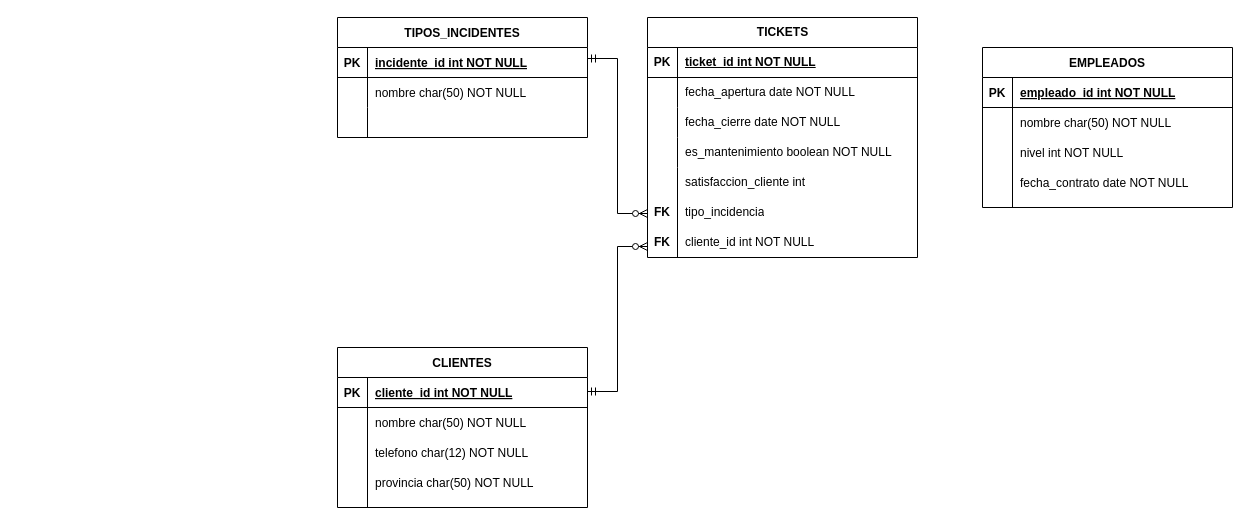
alprezz/Practica1_SI keeps this draw.io diagram as Diseño_BBDD_EJ2.drawio. Above is the earlier version. Source tidied: cells renumbered, new cells numbered last; positions are measured from the earlier drawing's top-left corner, leaving out a move shared by most shapes. Both pictures are drawn from the tidied source at 100%, with x=0, y=0 at pixel (332, 17).
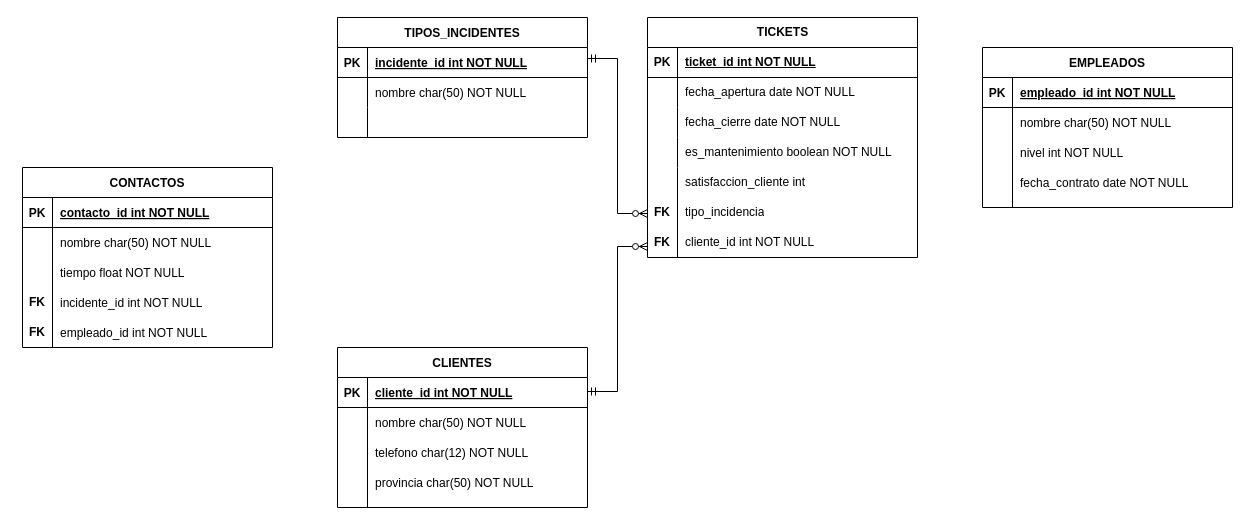
After the change.

What changed in the source:
```diff
@@
+    <mxCell id="59" value="CONTACTOS" style="shape=table;startSize=30;childLayout=tableLayout;rowLines=0;fontStyle=1;align=center;" parent="1" vertex="1">
+      <mxGeometry x="-310" y="150" width="250" height="180" as="geometry" />
+    </mxCell>
+    <mxCell id="60" style="shape=partialRectangle;fillColor=none;top=0;left=0;right=0;bottom=1;" parent="59" vertex="1">
+      <mxGeometry y="30" width="250" height="30" as="geometry" />
+    </mxCell>
+    <mxCell id="61" value="PK" style="shape=partialRectangle;overflow=hidden;fillColor=none;top=0;left=0;bottom=0;right=0;fontStyle=1;" parent="60" vertex="1">
+      <mxGeometry width="30" height="30" as="geometry" />
+    </mxCell>
+    <mxCell id="62" value="contacto_id int NOT NULL" style="shape=partialRectangle;overflow=hidden;fillColor=none;top=0;left=0;bottom=0;right=0;align=left;spacingLeft=6;fontStyle=5;" parent="60" vertex="1">
+      <mxGeometry x="30" width="220" height="30" as="geometry" />
+    </mxCell>
+    <mxCell id="63" style="shape=partialRectangle;fillColor=none;top=0;left=0;right=0;bottom=0;" parent="59" vertex="1">
+      <mxGeometry y="60" width="250" height="30" as="geometry" />
+    </mxCell>
+    <mxCell id="64" style="shape=partialRectangle;overflow=hidden;fillColor=none;top=0;left=0;bottom=0;right=0;" parent="63" vertex="1">
+      <mxGeometry width="30" height="30" as="geometry" />
+    </mxCell>
+    <mxCell id="65" value="nombre char(50) NOT NULL" style="shape=partialRectangle;overflow=hidden;fillColor=none;top=0;left=0;bottom=0;right=0;align=left;spacingLeft=6;" parent="63" vertex="1">
+      <mxGeometry x="30" width="220" height="30" as="geometry" />
+    </mxCell>
+    <mxCell id="66" style="shape=partialRectangle;fillColor=none;top=0;left=0;right=0;bottom=0;" parent="59" vertex="1">
+      <mxGeometry y="90" width="250" height="30" as="geometry" />
+    </mxCell>
+    <mxCell id="67" style="shape=partialRectangle;overflow=hidden;fillColor=none;top=0;left=0;bottom=0;right=0;" parent="66" vertex="1">
+      <mxGeometry width="30" height="30" as="geometry" />
+    </mxCell>
+    <mxCell id="68" value="tiempo float NOT NULL" style="shape=partialRectangle;overflow=hidden;fillColor=none;top=0;left=0;bottom=0;right=0;align=left;spacingLeft=6;" parent="66" vertex="1">
+      <mxGeometry x="30" width="220" height="30" as="geometry" />
+    </mxCell>
+    <mxCell id="69" style="line;strokeWidth=1;dashed=0;labelPosition=right;align=left;verticalAlign=middle;spacingTop=0;spacingLeft=6;direction=south;" parent="1" vertex="1">
+      <mxGeometry x="-315" y="220" width="70" height="110" as="geometry" />
+    </mxCell>
+    <mxCell id="70" value="incidente_id int NOT NULL" style="shape=partialRectangle;overflow=hidden;fillColor=none;top=0;left=0;bottom=0;right=0;align=left;spacingLeft=6;" parent="1" vertex="1">
+      <mxGeometry x="-280" y="270" width="220" height="30" as="geometry" />
+    </mxCell>
+    <mxCell id="71" value="empleado_id int NOT NULL" style="shape=partialRectangle;overflow=hidden;fillColor=none;top=0;left=0;bottom=0;right=0;align=left;spacingLeft=6;" parent="1" vertex="1">
+      <mxGeometry x="-280" y="300" width="220" height="30" as="geometry" />
+    </mxCell>
+    <mxCell id="72" value="FK" style="shape=partialRectangle;fillColor=none;top=0;left=0;bottom=0;right=0;fontStyle=1;overflow=hidden;whiteSpace=wrap;html=1;" parent="1" vertex="1">
+      <mxGeometry x="-310" y="300" width="30" height="30" as="geometry" />
+    </mxCell>
+    <mxCell id="73" value="FK" style="shape=partialRectangle;fillColor=none;top=0;left=0;bottom=0;right=0;fontStyle=1;overflow=hidden;whiteSpace=wrap;html=1;" parent="1" vertex="1">
+      <mxGeometry x="-310" y="270" width="30" height="30" as="geometry" />
+    </mxCell>
```
